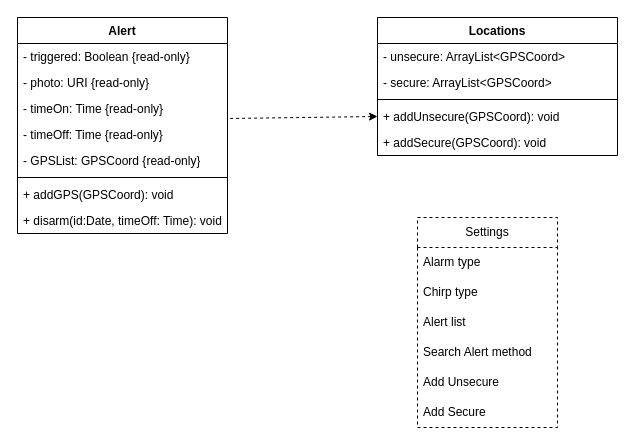
ddc-java-17/leave-me-alone-reedsearle keeps this draw.io diagram as work/UML.drawio. Above is the earlier version. Source tidied: cells renumbered, new cells numbered last; positions are measured from the earlier drawing's top-left corner, leaving out a move shared by most shapes. Both pictures are drawn from the tidied source at 100%, with x=0, y=0 at pixel (17, 17).
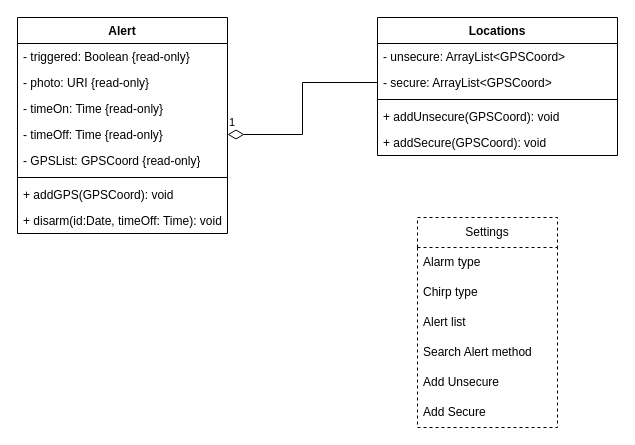
Above is the later version.

Unchanged cells that the change refers to:
```xml
<mxCell id="5" value="- timeOn: Time {read-only}" style="text;strokeColor=none;fillColor=none;align=left;verticalAlign=top;spacingLeft=4;spacingRight=4;overflow=hidden;points=[[0,0.5],[1,0.5]];portConstraint=eastwest;whiteSpace=wrap;html=1;" parent="2" vertex="1">
  <mxGeometry y="78" width="210" height="26" as="geometry" />
</mxCell>
<mxCell id="6" value="- timeOff: Time {read-only}" style="text;strokeColor=none;fillColor=none;align=left;verticalAlign=top;spacingLeft=4;spacingRight=4;overflow=hidden;points=[[0,0.5],[1,0.5]];portConstraint=eastwest;whiteSpace=wrap;html=1;" parent="2" vertex="1">
  <mxGeometry y="104" width="210" height="26" as="geometry" />
</mxCell>
<mxCell id="13" value="- secure: ArrayList&amp;lt;GPSCoord&amp;gt;" style="text;strokeColor=none;fillColor=none;align=left;verticalAlign=top;spacingLeft=4;spacingRight=4;overflow=hidden;points=[[0,0.5],[1,0.5]];portConstraint=eastwest;whiteSpace=wrap;html=1;" parent="11" vertex="1">
  <mxGeometry y="52" width="240" height="26" as="geometry" />
</mxCell>
<mxCell id="15" value="+ addUnsecure(GPSCoord): void" style="text;strokeColor=none;fillColor=none;align=left;verticalAlign=top;spacingLeft=4;spacingRight=4;overflow=hidden;points=[[0,0.5],[1,0.5]];portConstraint=eastwest;whiteSpace=wrap;html=1;" parent="11" vertex="1">
  <mxGeometry y="86" width="240" height="26" as="geometry" />
</mxCell>
```

Change to the diagram source:
```diff
@@
-    <mxCell id="24" style="endArrow=none;endFill=0;endSize=24;html=1;rounded=0;exitX=0;exitY=0.5;exitDx=0;exitDy=0;entryX=1.002;entryY=0.885;entryDx=0;entryDy=0;entryPerimeter=0;dashed=1;startArrow=classic;startFill=1;" parent="1" edge="1" source="15" target="5">
-      <mxGeometry relative="1" as="geometry" />
-    </mxCell>
+    <mxCell id="25" value="1" style="endArrow=none;html=1;endSize=12;startArrow=diamondThin;startSize=14;startFill=0;edgeStyle=orthogonalEdgeStyle;align=left;verticalAlign=bottom;rounded=0;exitX=1;exitY=0.5;exitDx=0;exitDy=0;entryX=0;entryY=0.5;entryDx=0;entryDy=0;endFill=0;" parent="1" edge="1" source="6" target="13">
+      <mxGeometry x="-1" y="3" relative="1" as="geometry" />
+    </mxCell>
```
